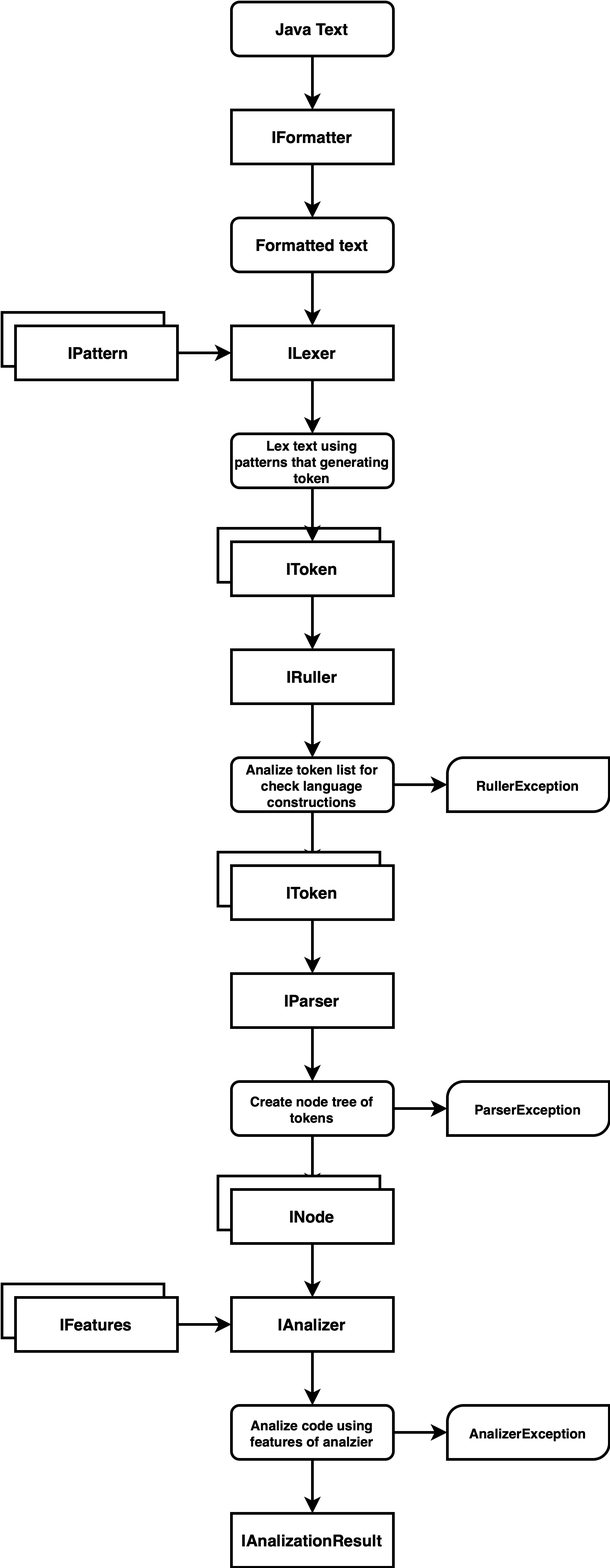
This is Assets/plan-structure.png from the-femba/java-null-safety-linter, a draw.io export, as it was before one commit. Source tidied: cells renumbered, new cells last; positions are measured from the earlier drawing's top-left corner, leaving out a move shared by most shapes.
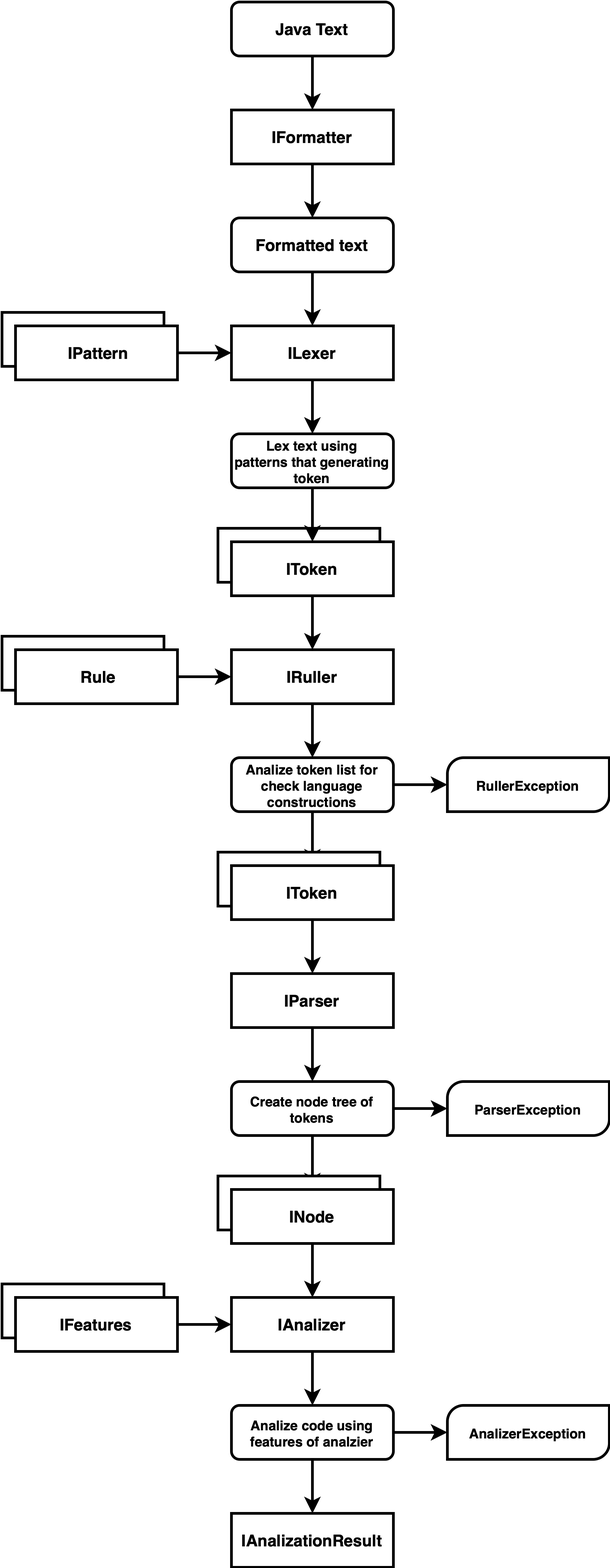
The same file after the commit.

Change to the diagram source:
```diff
@@ -147,5 +147,16 @@
     <mxCell id="48" value="RullerException" style="rounded=1;whiteSpace=wrap;html=1;fontSize=10;strokeWidth=2;fontStyle=1;labelBackgroundColor=none;fillColor=none;strokeColor=none;" parent="1" vertex="1">
       <mxGeometry x="330" y="560" width="120" height="40" as="geometry" />
     </mxCell>
+    <mxCell id="49" value="&amp;nbsp;IPattern" style="rounded=0;whiteSpace=wrap;html=1;strokeWidth=2;fontStyle=1;" parent="1" vertex="1">
+      <mxGeometry y="470" width="120" height="40" as="geometry" />
+    </mxCell>
+    <mxCell id="50" style="edgeStyle=orthogonalEdgeStyle;rounded=0;jettySize=auto;html=1;exitX=1;exitY=0.5;exitDx=0;exitDy=0;entryX=0;entryY=0.5;entryDx=0;entryDy=0;fontSize=11;strokeWidth=2;fontStyle=1;" parent="1" edge="1" source="51">
+      <mxGeometry relative="1" as="geometry">
+        <mxPoint x="170" y="500" as="targetPoint" />
+      </mxGeometry>
+    </mxCell>
+    <mxCell id="51" value="&amp;nbsp;Rule" style="rounded=0;whiteSpace=wrap;html=1;strokeWidth=2;fontStyle=1;" parent="1" vertex="1">
+      <mxGeometry x="10" y="480" width="120" height="40" as="geometry" />
+    </mxCell>
   </root>
 </mxGraphModel>
```
